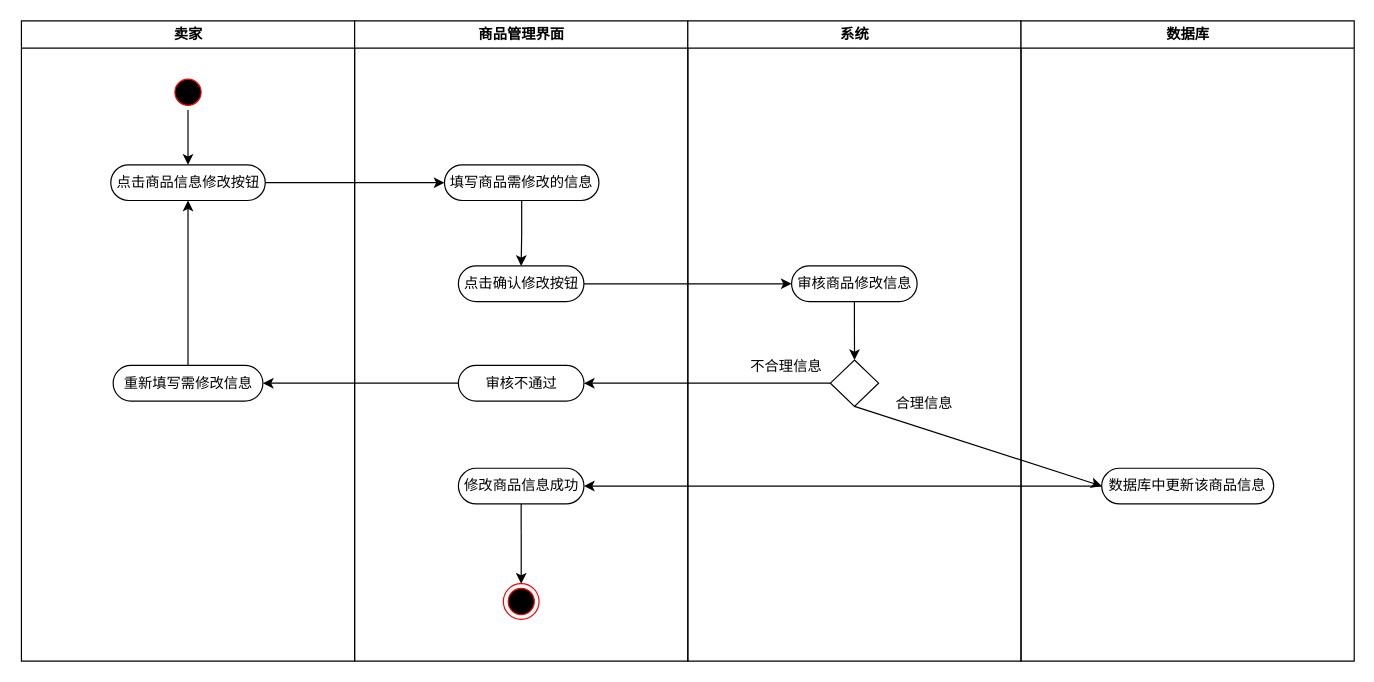
200928/image keeps this draw.io diagram as 商品下架活动图.drawio. Above is the earlier version. Source tidied: cells renumbered, new cells numbered last; positions are measured from the earlier drawing's top-left corner, leaving out a move shared by most shapes. Both pictures are drawn from the tidied source at 119%, with x=0, y=0 at pixel (20, 20).
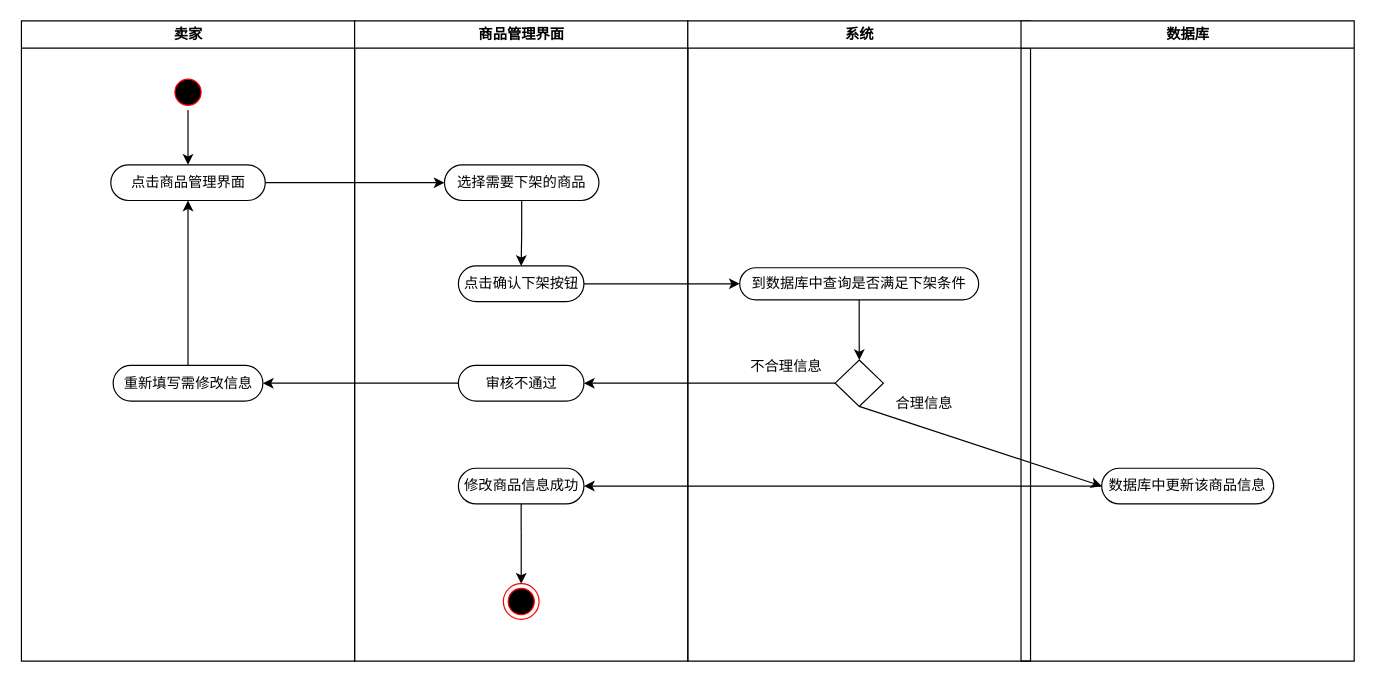
The same diagram, later.

Commit message (it also covers changes not shown here):
更新商品下架活动图.drawio

Unchanged cells that the change refers to:
```xml
<mxCell id="2" value="卖家" style="swimlane;whiteSpace=wrap;" parent="1" vertex="1">
  <mxGeometry x="0.5" width="280" height="538" as="geometry" />
</mxCell>
<mxCell id="8" value="商品管理界面" style="swimlane;whiteSpace=wrap;" parent="1" vertex="1">
  <mxGeometry x="280.5" width="280" height="538" as="geometry" />
</mxCell>
```

What changed in the source:
```diff
@@
-    <mxCell id="5" value="点击商品信息修改按钮" style="rounded=1;whiteSpace=wrap;html=1;arcSize=50;" parent="2" vertex="1">
+    <mxCell id="5" value="点击商品管理界面" style="rounded=1;whiteSpace=wrap;html=1;arcSize=50;" parent="2" vertex="1">
       <mxGeometry x="75.1" y="121" width="129.8" height="30" as="geometry" />
     </mxCell>
@@
-    <mxCell id="10" value="填写商品需修改的信息" style="rounded=1;whiteSpace=wrap;html=1;arcSize=50;" parent="8" vertex="1">
+    <mxCell id="10" value="选择需要下架的商品" style="rounded=1;whiteSpace=wrap;html=1;arcSize=50;" parent="8" vertex="1">
       <mxGeometry x="75.5" y="121" width="129.8" height="30" as="geometry" />
     </mxCell>
-    <mxCell id="11" value="点击确认修改按钮" style="rounded=1;whiteSpace=wrap;html=1;arcSize=50;" parent="8" vertex="1">
+    <mxCell id="11" value="点击确认下架按钮" style="rounded=1;whiteSpace=wrap;html=1;arcSize=50;" parent="8" vertex="1">
       <mxGeometry x="87.2" y="206" width="105.5" height="30" as="geometry" />
     </mxCell>
@@
     <mxCell id="16" value="系统" style="swimlane;whiteSpace=wrap;startSize=23;" parent="1" vertex="1">
-      <mxGeometry x="560.5" width="280" height="538" as="geometry" />
+      <mxGeometry x="560.5" width="288" height="538" as="geometry" />
     </mxCell>
@@
-    <mxCell id="18" value="审核商品修改信息" style="rounded=1;whiteSpace=wrap;html=1;arcSize=50;" parent="16" vertex="1">
-      <mxGeometry x="87.2" y="206" width="105.5" height="30" as="geometry" />
+    <mxCell id="18" value="到数据库中查询是否满足下架条件" style="rounded=1;whiteSpace=wrap;html=1;arcSize=50;" parent="16" vertex="1">
+      <mxGeometry x="43.6" y="207.5" width="200.8" height="27" as="geometry" />
     </mxCell>
     <mxCell id="19" style="rhombus;whiteSpace=wrap;html=1;" parent="16" vertex="1">
-      <mxGeometry x="119.8" y="285" width="40.5" height="39" as="geometry" />
+      <mxGeometry x="123.8" y="285" width="40.5" height="39" as="geometry" />
     </mxCell>
```
